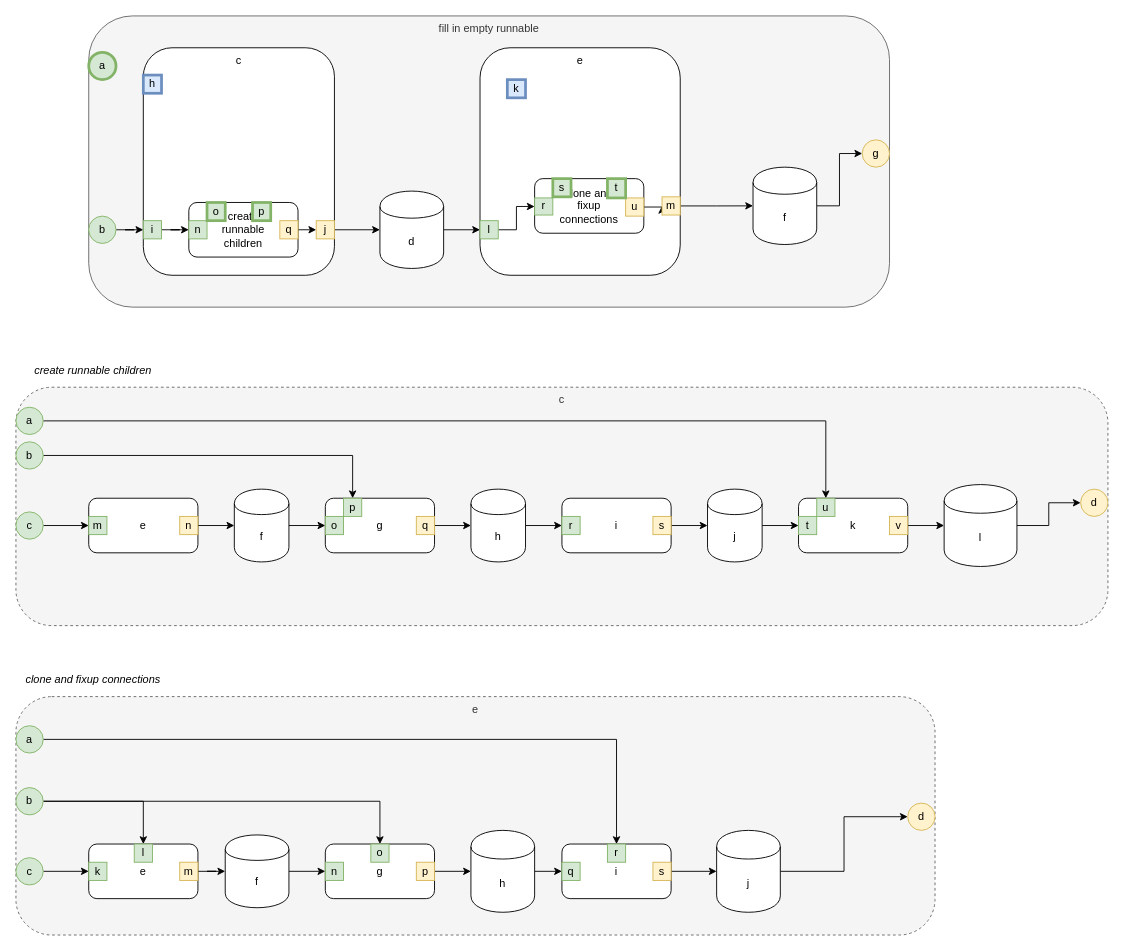
The draw.io diagram page "Rough-in Processes Labelled" (7 of 7) of pseudo/kernel.drawio in guitarvydas/basicdasl, before the edit. Source tidied: cells renumbered, new cells numbered last; positions are measured from the earlier drawing's top-left corner, leaving out a move shared by most shapes. Both pictures are drawn from the tidied source at 91%, with x=0, y=0 at pixel (15, 15).
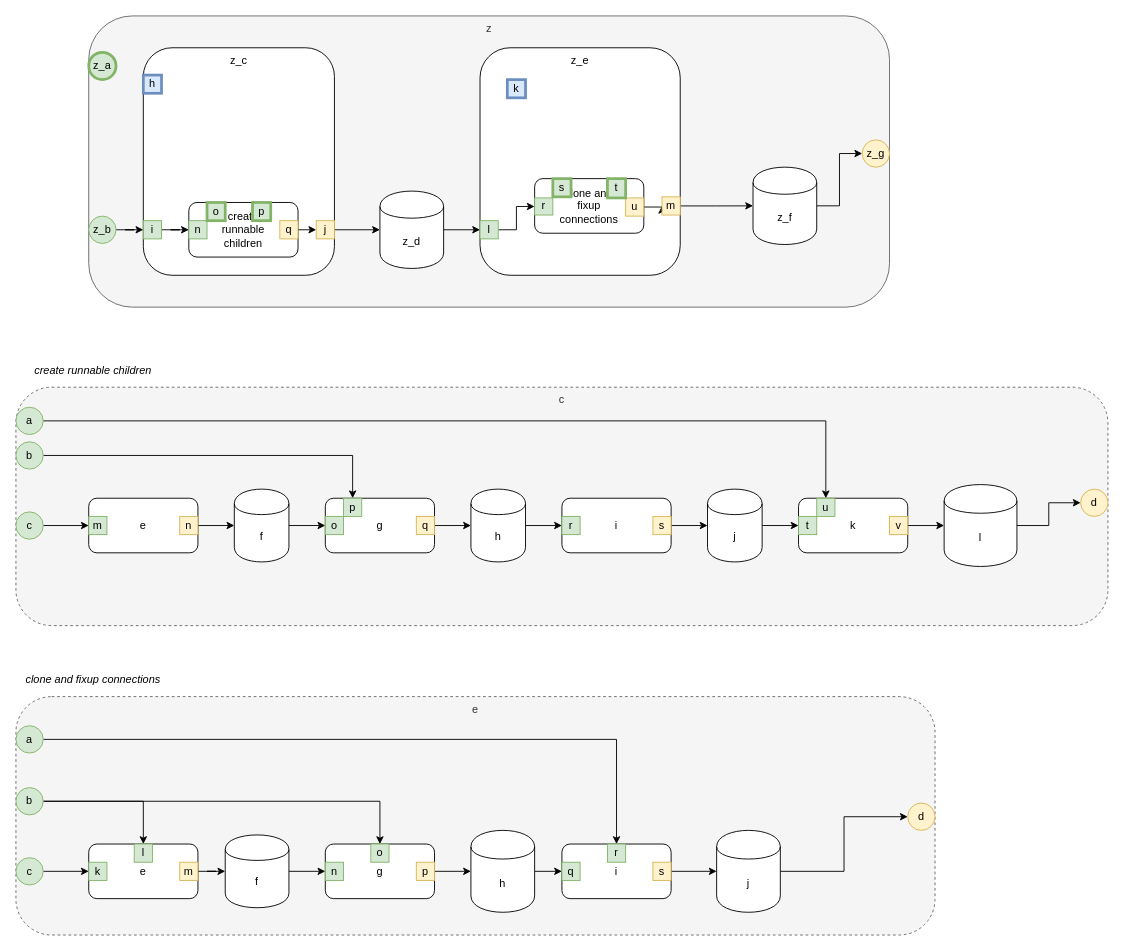
The same page after the edit.

Change to the diagram source:
```diff
@@
-    <mxCell id="2" value="fill in empty runnable" style="rounded=1;whiteSpace=wrap;html=1;align=center;fillColor=#f5f5f5;strokeColor=#666666;fontColor=#333333;verticalAlign=top;" parent="1" vertex="1">
+    <mxCell id="2" value="z" style="rounded=1;whiteSpace=wrap;html=1;align=center;fillColor=#f5f5f5;strokeColor=#666666;fontColor=#333333;verticalAlign=top;" parent="1" vertex="1">
       <mxGeometry x="80" width="880" height="320" as="geometry" />
     </mxCell>
-    <mxCell id="3" value="c" style="rounded=1;whiteSpace=wrap;html=1;align=center;verticalAlign=top;" parent="1" vertex="1">
+    <mxCell id="3" value="z_c" style="rounded=1;whiteSpace=wrap;html=1;align=center;verticalAlign=top;" parent="1" vertex="1">
       <mxGeometry x="140" y="35" width="210" height="250" as="geometry" />
     </mxCell>
-    <mxCell id="4" value="g" style="ellipse;whiteSpace=wrap;html=1;fillColor=#fff2cc;align=center;strokeColor=#d6b656;" parent="1" vertex="1">
+    <mxCell id="4" value="z_g" style="ellipse;whiteSpace=wrap;html=1;fillColor=#fff2cc;align=center;strokeColor=#d6b656;" parent="1" vertex="1">
       <mxGeometry x="930" y="136.2" width="30" height="30" as="geometry" />
     </mxCell>
-    <mxCell id="5" value="e" style="rounded=1;whiteSpace=wrap;html=1;align=center;verticalAlign=top;" parent="1" vertex="1">
+    <mxCell id="5" value="z_e" style="rounded=1;whiteSpace=wrap;html=1;align=center;verticalAlign=top;" parent="1" vertex="1">
       <mxGeometry x="510" y="35" width="220" height="250" as="geometry" />
     </mxCell>
-    <mxCell id="6" value="a" style="ellipse;whiteSpace=wrap;html=1;fillColor=#d5e8d4;align=center;strokeColor=#82b366;strokeWidth=3;" parent="1" vertex="1">
+    <mxCell id="6" value="z_a" style="ellipse;whiteSpace=wrap;html=1;fillColor=#d5e8d4;align=center;strokeColor=#82b366;strokeWidth=3;" parent="1" vertex="1">
       <mxGeometry x="80" y="40" width="30" height="30" as="geometry" />
     </mxCell>
@@
-    <mxCell id="8" value="b" style="ellipse;whiteSpace=wrap;html=1;fillColor=#d5e8d4;align=center;strokeColor=#82b366;" parent="1" vertex="1">
+    <mxCell id="8" value="z_b" style="ellipse;whiteSpace=wrap;html=1;fillColor=#d5e8d4;align=center;strokeColor=#82b366;" parent="1" vertex="1">
       <mxGeometry x="80" y="220" width="30" height="30" as="geometry" />
     </mxCell>
@@
-    <mxCell id="10" value="d" style="shape=cylinder;whiteSpace=wrap;html=1;boundedLbl=1;backgroundOutline=1;align=center;" parent="1" vertex="1">
+    <mxCell id="10" value="z_d" style="shape=cylinder;whiteSpace=wrap;html=1;boundedLbl=1;backgroundOutline=1;align=center;" parent="1" vertex="1">
       <mxGeometry x="400" y="192.5" width="70" height="85" as="geometry" />
     </mxCell>
@@
-    <mxCell id="29" value="f" style="shape=cylinder;whiteSpace=wrap;html=1;boundedLbl=1;backgroundOutline=1;align=center;" parent="1" vertex="1">
+    <mxCell id="29" value="z_f" style="shape=cylinder;whiteSpace=wrap;html=1;boundedLbl=1;backgroundOutline=1;align=center;" parent="1" vertex="1">
       <mxGeometry x="810" y="166.2" width="70" height="85" as="geometry" />
     </mxCell>
```
